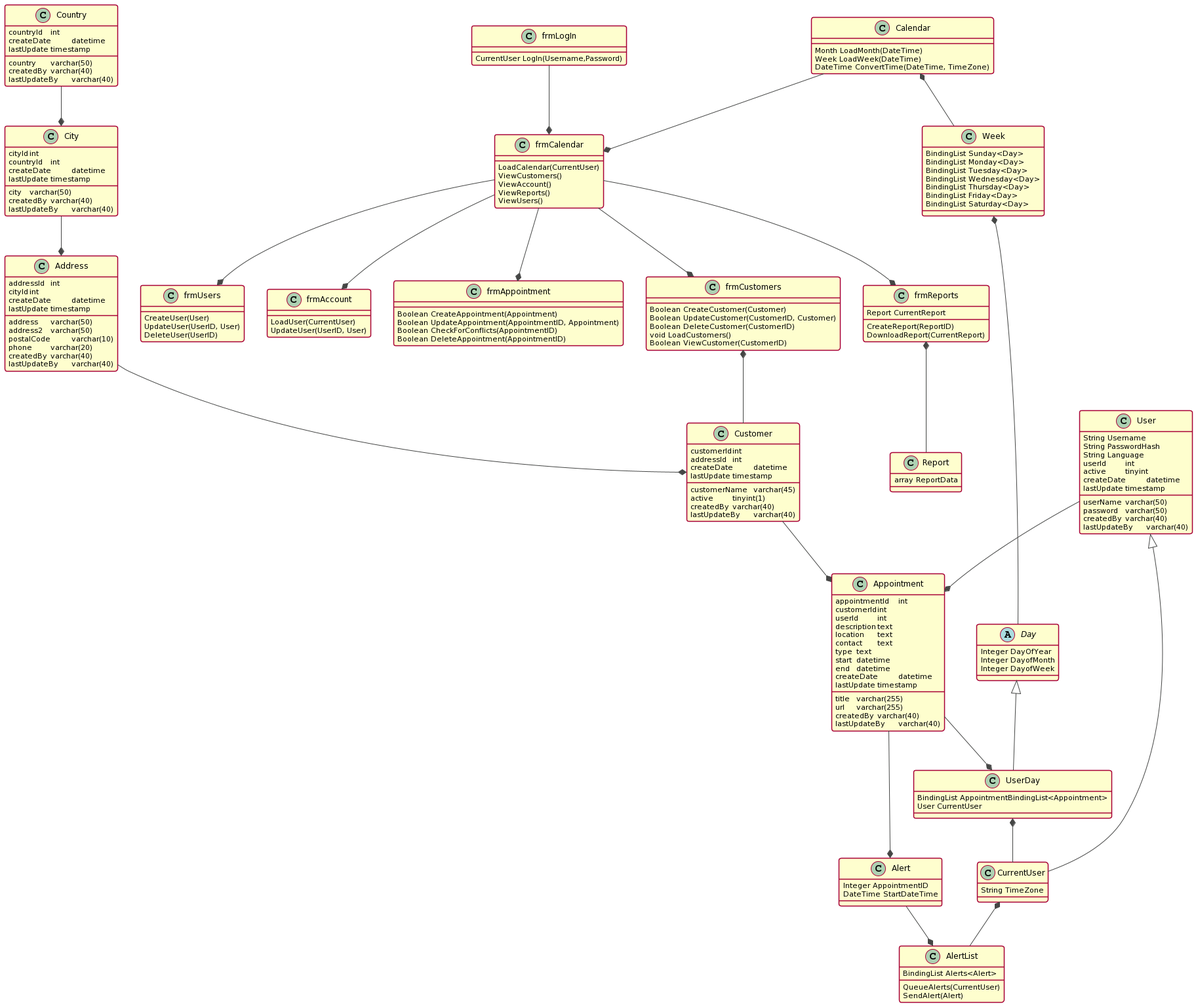
The PlantUML diagram C969_UML.png in Tydorius/C969, before a commit.
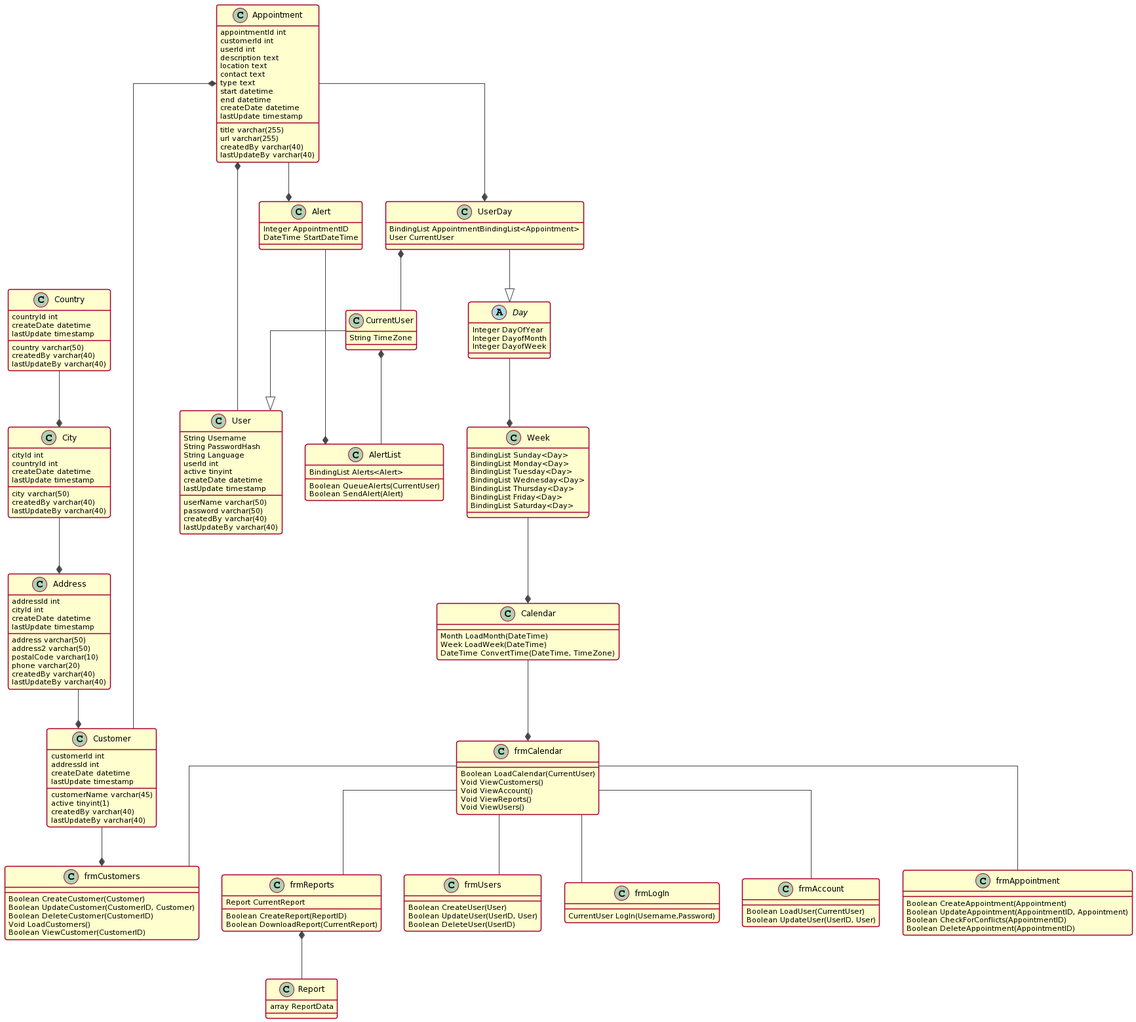
Later version of the same file.

Diff of the diagram source:
```diff
@@ -1,4 +1,5 @@
 @startuml
+skinparam linetype ortho
 !theme vibrant
 
 class Calendar {
@@ -29,7 +30,7 @@
 String Language
 }
 
-class CurrentUser{
+class CurrentUser {
 String TimeZone
 }
 
@@ -39,8 +40,8 @@
 }
 
 class AlertList {
-QueueAlerts(CurrentUser)
-SendAlert(Alert)
+Boolean QueueAlerts(CurrentUser)
+Boolean SendAlert(Alert)
 BindingList Alerts<Alert>
 }
 
@@ -57,21 +58,21 @@
 Boolean CreateCustomer(Customer)
 Boolean UpdateCustomer(CustomerID, Customer)
 Boolean DeleteCustomer(CustomerID)
-void LoadCustomers()
+Void LoadCustomers()
 Boolean ViewCustomer(CustomerID)
 }
 
 class frmAccount {
-LoadUser(CurrentUser)
-UpdateUser(UserID, User)
+Boolean LoadUser(CurrentUser)
+Boolean UpdateUser(UserID, User)
 }
 
 class frmCalendar {
-LoadCalendar(CurrentUser)
-ViewCustomers()
-ViewAccount()
-ViewReports()
-ViewUsers()
+Boolean LoadCalendar(CurrentUser)
+Void ViewCustomers()
+Void ViewAccount()
+Void ViewReports()
+Void ViewUsers()
 }
 
 class frmAppointment {
@@ -82,8 +83,8 @@
 }
 
 class frmReports {
-CreateReport(ReportID)
-DownloadReport(CurrentReport)
+Boolean CreateReport(ReportID)
+Boolean DownloadReport(CurrentReport)
 Report CurrentReport
 }
 
@@ -92,103 +93,103 @@
 }
 
 class frmUsers {
-CreateUser(User)
-UpdateUser(UserID, User)
-DeleteUser(UserID)
+Boolean CreateUser(User)
+Boolean UpdateUser(UserID, User)
+Boolean DeleteUser(UserID)
 }
 
 class Country {
-countryId	int
-country	varchar(50)
-createDate	datetime
-createdBy	varchar(40)
-lastUpdate	timestamp
-lastUpdateBy	varchar(40)
+countryId int
+country varchar(50)
+createDate datetime
+createdBy varchar(40)
+lastUpdate timestamp
+lastUpdateBy varchar(40)
 }
 
 class Customer {
-customerId	int
-customerName	varchar(45)
-addressId	int
-active	tinyint(1)
-createDate	datetime
-createdBy	varchar(40)
-lastUpdate	timestamp
-lastUpdateBy	varchar(40)
+customerId int
+customerName varchar(45)
+addressId int
+active tinyint(1)
+createDate datetime
+createdBy varchar(40)
+lastUpdate timestamp
+lastUpdateBy varchar(40)
 }
 
 class Address {
-addressId	int
-address	varchar(50)
-address2	varchar(50)
-cityId	int
-postalCode	varchar(10)
-phone	varchar(20)
-createDate	datetime
-createdBy	varchar(40)
-lastUpdate	timestamp
-lastUpdateBy	varchar(40)
+addressId int
+address varchar(50)
+address2 varchar(50)
+cityId int
+postalCode varchar(10)
+phone varchar(20)
+createDate datetime
+createdBy varchar(40)
+lastUpdate timestamp
+lastUpdateBy varchar(40)
 }
 
 class City {
-cityId	int
-city	varchar(50)
-countryId	int
-createDate	datetime
-createdBy	varchar(40)
-lastUpdate	timestamp
-lastUpdateBy	varchar(40)
+cityId int
+city varchar(50)
+countryId int
+createDate datetime
+createdBy varchar(40)
+lastUpdate timestamp
+lastUpdateBy varchar(40)
 }
 
 class Appointment {
-appointmentId	int
-customerId	int
-userId	int
-title	varchar(255)
-description	text
-location	text
-contact	text
-type	text
-url	varchar(255)
-start	datetime
-end	datetime
-createDate	datetime
-createdBy	varchar(40)
-lastUpdate	timestamp
-lastUpdateBy	varchar(40)
+appointmentId int
+customerId int
+userId int
+title varchar(255)
+description text
+location text
+contact text
+type text
+url varchar(255)
+start datetime
+end datetime
+createDate datetime
+createdBy varchar(40)
+lastUpdate timestamp
+lastUpdateBy varchar(40)
 }
 
 class User {
-userId	int
-userName	varchar(50)
-password	varchar(50)
-active	tinyint
-createDate	datetime
-createdBy	varchar(40)
-lastUpdate	timestamp
-lastUpdateBy	varchar(40)
+userId int
+userName varchar(50)
+password varchar(50)
+active tinyint
+createDate datetime
+createdBy varchar(40)
+lastUpdate timestamp
+lastUpdateBy varchar(40)
 }
 
+User --* Appointment
+Appointment *-- Customer
 Appointment --* Alert
+Appointment --* UserDay
 Alert --* AlertList
+CurrentUser --|> User
+UserDay --|> Day
+Day --* Week
+Week --* Calendar
+Calendar --* frmCalendar
+frmCalendar -- frmLogIn
+frmCalendar -- frmReports
+frmCalendar -- frmAccount
+frmCalendar -- frmCustomers
+Customer --* frmCustomers
+Address --* Customer
+City --* Address
 Country --* City
-City --* Address
-Address --* Customer
-Customer --* Appointment
-User --* Appointment
-frmCustomers *-- Customer
-Calendar --* frmCalendar
-Appointment --* UserDay
-User <|-- CurrentUser
-Day <|-- UserDay
-Calendar *-- Week
-Week *-- Day
-frmLogIn --* frmCalendar
-frmCalendar --* frmReports
-frmCalendar --* frmAccount
-frmCalendar --* frmCustomers
-frmCalendar --* frmUsers
-frmCalendar --* frmAppointment
+frmCalendar -- frmUsers
+frmCalendar -- frmAppointment
 UserDay *-- CurrentUser
 CurrentUser *-- AlertList
 frmReports *-- Report
```
